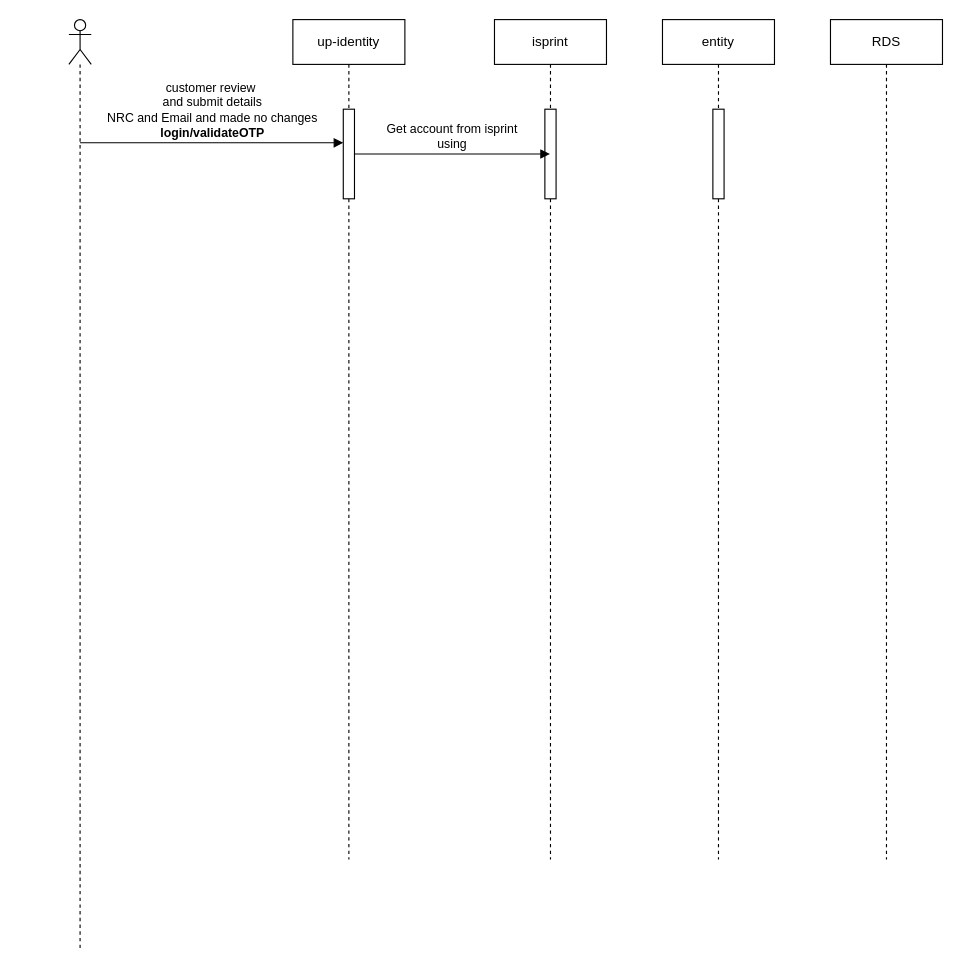
Before: singpass-seamless-login.drawio in ajeeshraj56/drawio, a draw.io diagram. Source tidied: cells renumbered, new cells numbered last; positions are measured from the earlier drawing's top-left corner, leaving out a move shared by most shapes. Both pictures are drawn from the tidied source at 112%, with x=0, y=0 at pixel (68, 19).
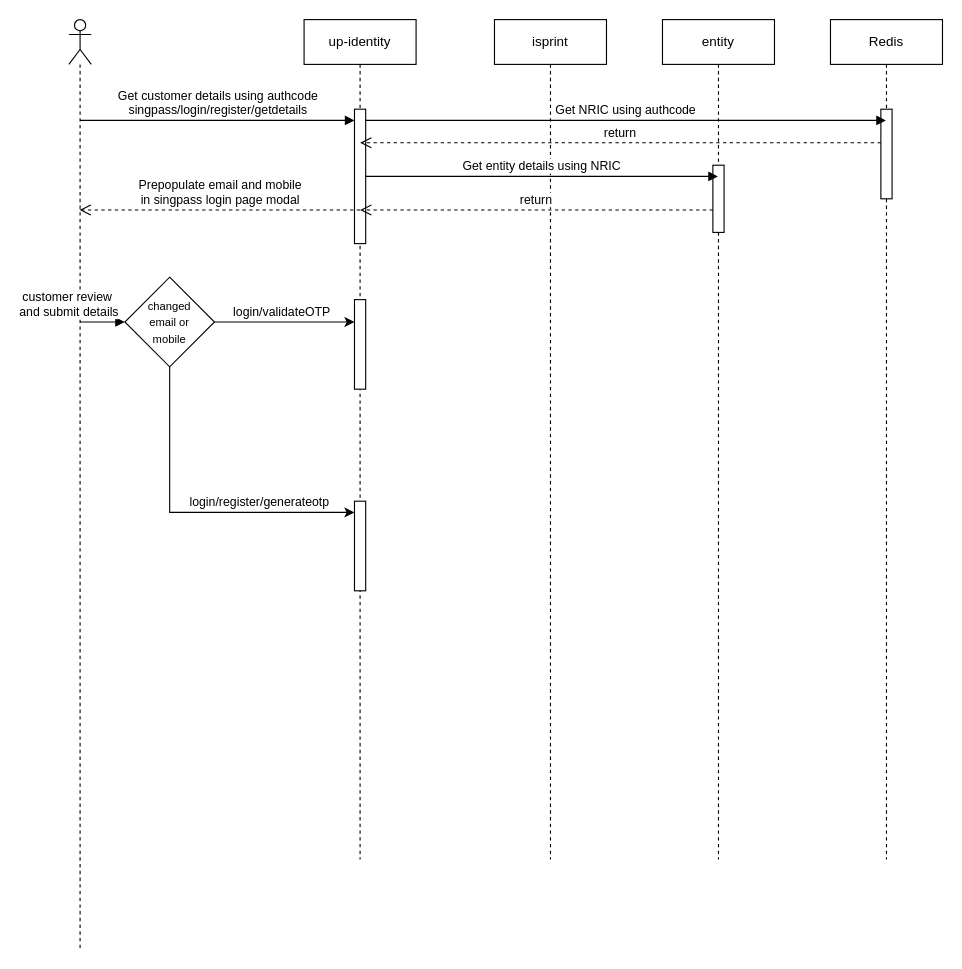
After the change.

Unchanged cells that the change refers to:
```xml
<mxCell id="2" style="shape=umlLifeline;perimeter=lifelinePerimeter;whiteSpace=wrap;html=1;outlineConnect=0;portConstraint=eastwest;newEdgeStyle={&quot;curved&quot;:0,&quot;rounded&quot;:0};participant=umlActor;" parent="1" vertex="1">
  <mxGeometry width="20" height="830" as="geometry" />
</mxCell>
<mxCell id="5" value="isprint" style="shape=umlLifeline;perimeter=lifelinePerimeter;whiteSpace=wrap;html=1;outlineConnect=0;portConstraint=eastwest;newEdgeStyle={&quot;curved&quot;:0,&quot;rounded&quot;:0};" parent="1" vertex="1">
  <mxGeometry x="380" width="100" height="750" as="geometry" />
</mxCell>
<mxCell id="7" value="entity" style="shape=umlLifeline;perimeter=lifelinePerimeter;whiteSpace=wrap;html=1;outlineConnect=0;portConstraint=eastwest;newEdgeStyle={&quot;curved&quot;:0,&quot;rounded&quot;:0};" parent="1" vertex="1">
  <mxGeometry x="530" width="100" height="750" as="geometry" />
</mxCell>
```

Diff of the diagram source:
```diff
@@
     <mxCell id="3" value="up-identity" style="shape=umlLifeline;perimeter=lifelinePerimeter;whiteSpace=wrap;html=1;newEdgeStyle={&quot;curved&quot;:0,&quot;rounded&quot;:0};" parent="1" vertex="1">
-      <mxGeometry x="200" width="100" height="750" as="geometry" />
+      <mxGeometry x="210" width="100" height="750" as="geometry" />
     </mxCell>
     <mxCell id="4" style="html=1;points=[[0,0,0,0,5],[0,1,0,0,-5],[1,0,0,0,5],[1,1,0,0,-5]];perimeter=orthogonalPerimeter;outlineConnect=0;targetShapes=umlLifeline;portConstraint=eastwest;newEdgeStyle={&quot;curved&quot;:0,&quot;rounded&quot;:0};" parent="3" vertex="1">
-      <mxGeometry x="45" y="80" width="10" height="80" as="geometry" />
+      <mxGeometry x="45" y="250" width="10" height="80" as="geometry" />
     </mxCell>
+    <mxCell id="12" style="html=1;points=[[0,0,0,0,5],[0,1,0,0,-5],[1,0,0,0,5],[1,1,0,0,-5]];perimeter=orthogonalPerimeter;outlineConnect=0;targetShapes=umlLifeline;portConstraint=eastwest;newEdgeStyle={&quot;curved&quot;:0,&quot;rounded&quot;:0};" parent="3" vertex="1">
+      <mxGeometry x="45" y="80" width="10" height="120" as="geometry" />
+    </mxCell>
+    <mxCell id="13" style="html=1;points=[[0,0,0,0,5],[0,1,0,0,-5],[1,0,0,0,5],[1,1,0,0,-5]];perimeter=orthogonalPerimeter;outlineConnect=0;targetShapes=umlLifeline;portConstraint=eastwest;newEdgeStyle={&quot;curved&quot;:0,&quot;rounded&quot;:0};" parent="3" vertex="1">
+      <mxGeometry x="45" y="430" width="10" height="80" as="geometry" />
+    </mxCell>
@@
-    <mxCell id="6" style="html=1;perimeter=orthogonalPerimeter;targetShapes=umlLifeline;newEdgeStyle={&quot;curved&quot;:0,&quot;rounded&quot;:0};" parent="5" vertex="1">
-      <mxGeometry x="45" y="80" width="10" height="80" as="geometry" />
-    </mxCell>
@@
     <mxCell id="8" style="html=1;points=[[0,0,0,0,5],[0,1,0,0,-5],[1,0,0,0,5],[1,1,0,0,-5]];perimeter=orthogonalPerimeter;outlineConnect=0;targetShapes=umlLifeline;portConstraint=eastwest;newEdgeStyle={&quot;curved&quot;:0,&quot;rounded&quot;:0};" parent="7" vertex="1">
-      <mxGeometry x="45" y="80" width="10" height="80" as="geometry" />
+      <mxGeometry x="45" y="130" width="10" height="60" as="geometry" />
     </mxCell>
-    <mxCell id="9" value="RDS" style="shape=umlLifeline;perimeter=lifelinePerimeter;whiteSpace=wrap;html=1;newEdgeStyle={&quot;curved&quot;:0,&quot;rounded&quot;:0};" parent="1" vertex="1">
+    <mxCell id="9" value="Redis" style="shape=umlLifeline;perimeter=lifelinePerimeter;whiteSpace=wrap;html=1;newEdgeStyle={&quot;curved&quot;:0,&quot;rounded&quot;:0};" parent="1" vertex="1">
       <mxGeometry x="680" width="100" height="750" as="geometry" />
     </mxCell>
+    <mxCell id="6" style="html=1;perimeter=orthogonalPerimeter;targetShapes=umlLifeline;newEdgeStyle={&quot;curved&quot;:0,&quot;rounded&quot;:0};" parent="9" vertex="1">
+      <mxGeometry x="45" y="80" width="10" height="80" as="geometry" />
+    </mxCell>
-    <mxCell id="10" value="customer review&amp;nbsp;&lt;br&gt;and submit details&lt;br&gt;NRC and Email and made no changes&lt;br&gt;&lt;b&gt;login/validateOTP&lt;/b&gt;" style="html=1;verticalAlign=bottom;endArrow=block;curved=0;rounded=0;" parent="1" edge="1" target="4">
-      <mxGeometry relative="1" as="geometry">
-        <mxPoint x="10" y="110" as="sourcePoint" />
+    <mxCell id="10" value="customer review&amp;nbsp;&lt;br&gt;and submit details&lt;br&gt;" style="html=1;verticalAlign=bottom;endArrow=block;curved=0;rounded=0;" parent="1" edge="1" target="24">
+      <mxGeometry x="-1" y="-10" relative="1" as="geometry">
+        <mxPoint x="10" y="270" as="sourcePoint" />
+        <mxPoint x="-10" y="-10" as="offset" />
       </mxGeometry>
     </mxCell>
-    <mxCell id="11" value="Get account from isprint&lt;br&gt;using" style="html=1;verticalAlign=bottom;endArrow=block;curved=0;rounded=0;" parent="1" edge="1" source="4" target="5">
-      <mxGeometry relative="1" as="geometry" />
-    </mxCell>
+    <mxCell id="14" value="Get customer details using authcode&lt;br&gt;singpass/login/register/getdetails" style="html=1;verticalAlign=bottom;endArrow=block;curved=0;rounded=0;" parent="1" edge="1" target="12">
+      <mxGeometry relative="1" as="geometry">
+        <mxPoint x="10" y="90" as="sourcePoint" />
+      </mxGeometry>
+    </mxCell>
+    <mxCell id="15" value="Get NRIC using authcode" style="html=1;verticalAlign=bottom;endArrow=block;curved=0;rounded=0;" parent="1" edge="1">
+      <mxGeometry relative="1" as="geometry">
+        <mxPoint x="265" y="90" as="sourcePoint" />
+        <mxPoint x="729.5" y="90" as="targetPoint" />
+      </mxGeometry>
+    </mxCell>
+    <mxCell id="16" value="return" style="html=1;verticalAlign=bottom;endArrow=open;dashed=1;endSize=8;curved=0;rounded=0;" parent="1" edge="1">
+      <mxGeometry relative="1" as="geometry">
+        <mxPoint x="725" y="110" as="sourcePoint" />
+        <mxPoint x="260" y="110" as="targetPoint" />
+      </mxGeometry>
+    </mxCell>
+    <mxCell id="17" value="Get entity details using NRIC" style="html=1;verticalAlign=bottom;endArrow=block;curved=0;rounded=0;" parent="1" edge="1" source="12" target="7">
+      <mxGeometry relative="1" as="geometry" />
+    </mxCell>
+    <mxCell id="18" value="return" style="html=1;verticalAlign=bottom;endArrow=open;dashed=1;endSize=8;curved=0;rounded=0;" parent="1" edge="1" source="8">
+      <mxGeometry relative="1" as="geometry">
+        <mxPoint x="260" y="170" as="targetPoint" />
+      </mxGeometry>
+    </mxCell>
+    <mxCell id="19" value="Prepopulate email and mobile&lt;br&gt;in singpass login page modal" style="html=1;verticalAlign=bottom;endArrow=open;dashed=1;endSize=8;curved=0;rounded=0;" parent="1" edge="1" target="2">
+      <mxGeometry relative="1" as="geometry">
+        <mxPoint x="260" y="170" as="sourcePoint" />
+      </mxGeometry>
+    </mxCell>
+    <mxCell id="20" style="rounded=0;jettySize=auto;html=1;exitX=1;exitY=0.5;exitDx=0;exitDy=0;" parent="1" edge="1" source="24" target="4">
+      <mxGeometry relative="1" as="geometry" />
+    </mxCell>
+    <mxCell id="21" value="login/validateOTP" style="edgeLabel;html=1;align=center;verticalAlign=middle;" parent="20" vertex="1">
+      <mxGeometry x="-0.06" y="-1" relative="1" as="geometry">
+        <mxPoint y="-11" as="offset" />
+      </mxGeometry>
+    </mxCell>
+    <mxCell id="22" style="edgeStyle=orthogonalEdgeStyle;rounded=0;jettySize=auto;html=1;exitX=0.5;exitY=1;exitDx=0;exitDy=0;" parent="1" edge="1" source="24" target="13">
+      <mxGeometry relative="1" as="geometry">
+        <Array as="points">
+          <mxPoint x="90" y="440" />
+        </Array>
+      </mxGeometry>
+    </mxCell>
+    <mxCell id="23" value="login/register/generateotp" style="edgeLabel;html=1;align=center;verticalAlign=middle;" parent="22" vertex="1">
+      <mxGeometry x="0.42" y="-1" relative="1" as="geometry">
+        <mxPoint y="-11" as="offset" />
+      </mxGeometry>
+    </mxCell>
+    <mxCell id="24" value="&lt;font style=&quot;font-size: 10px;&quot;&gt;changed &lt;br&gt;email or &lt;br&gt;mobile&lt;/font&gt;" style="rhombus;whiteSpace=wrap;html=1;" parent="1" vertex="1">
+      <mxGeometry x="50" y="230" width="80" height="80" as="geometry" />
+    </mxCell>
```
